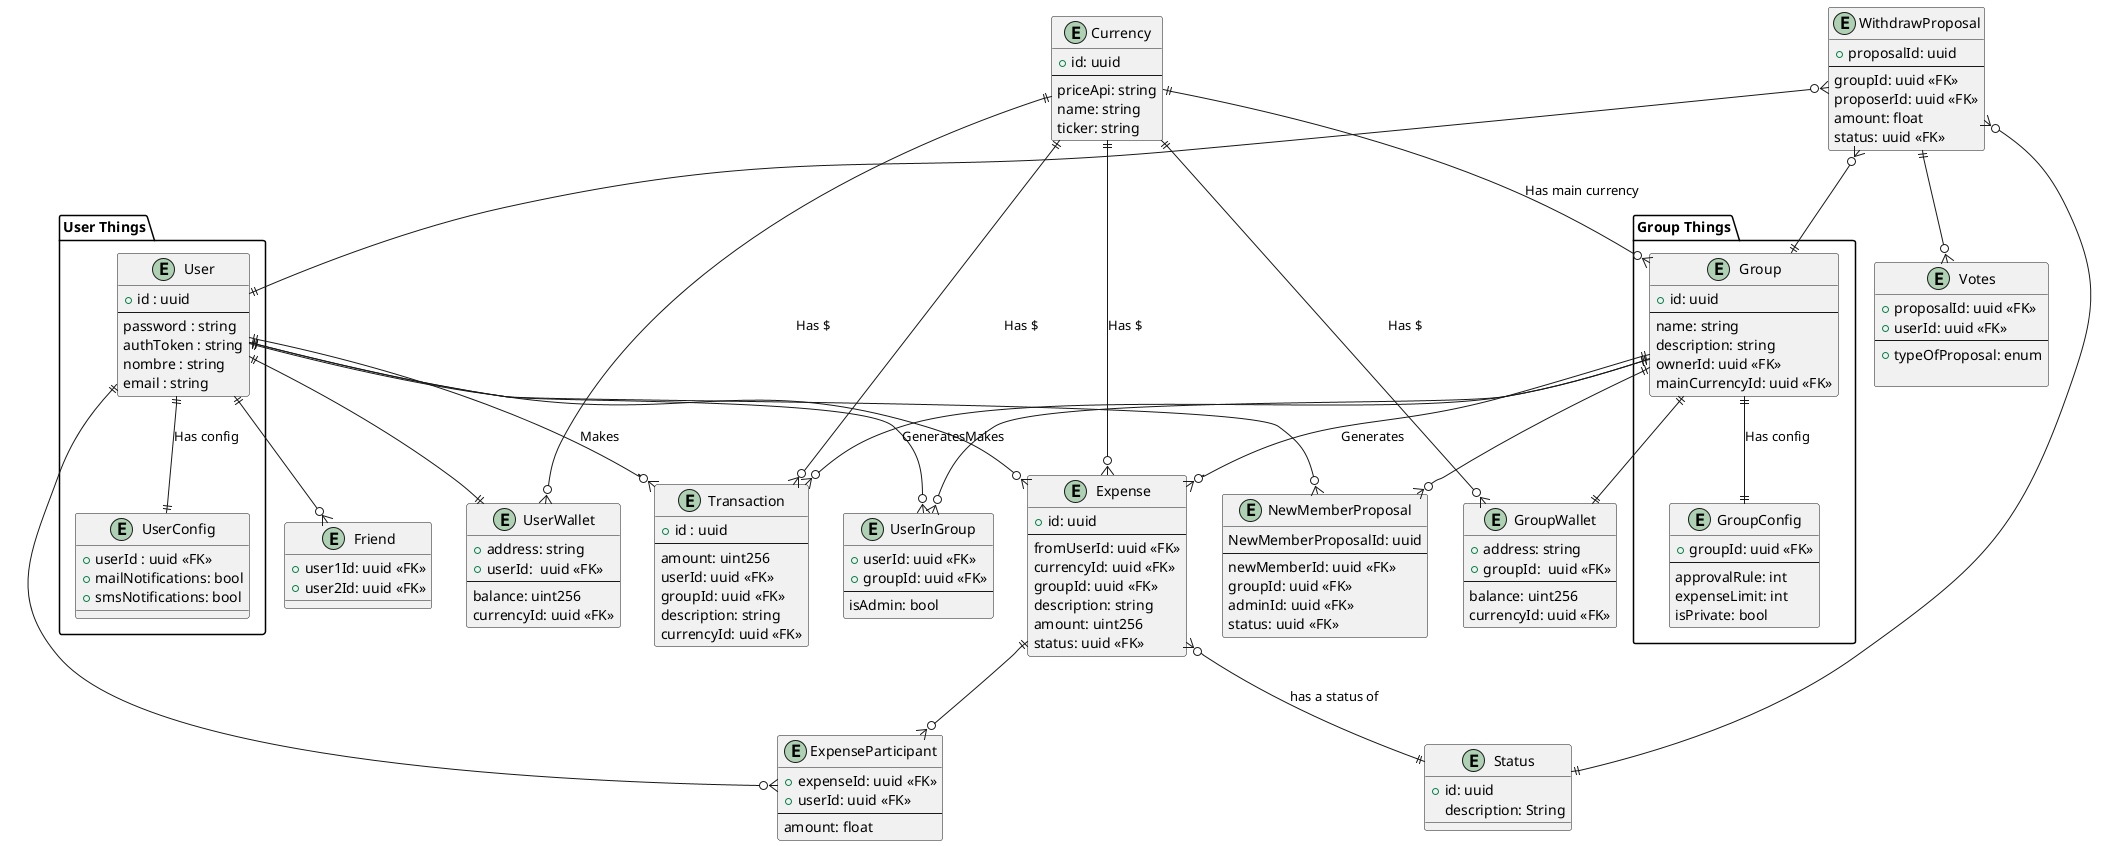
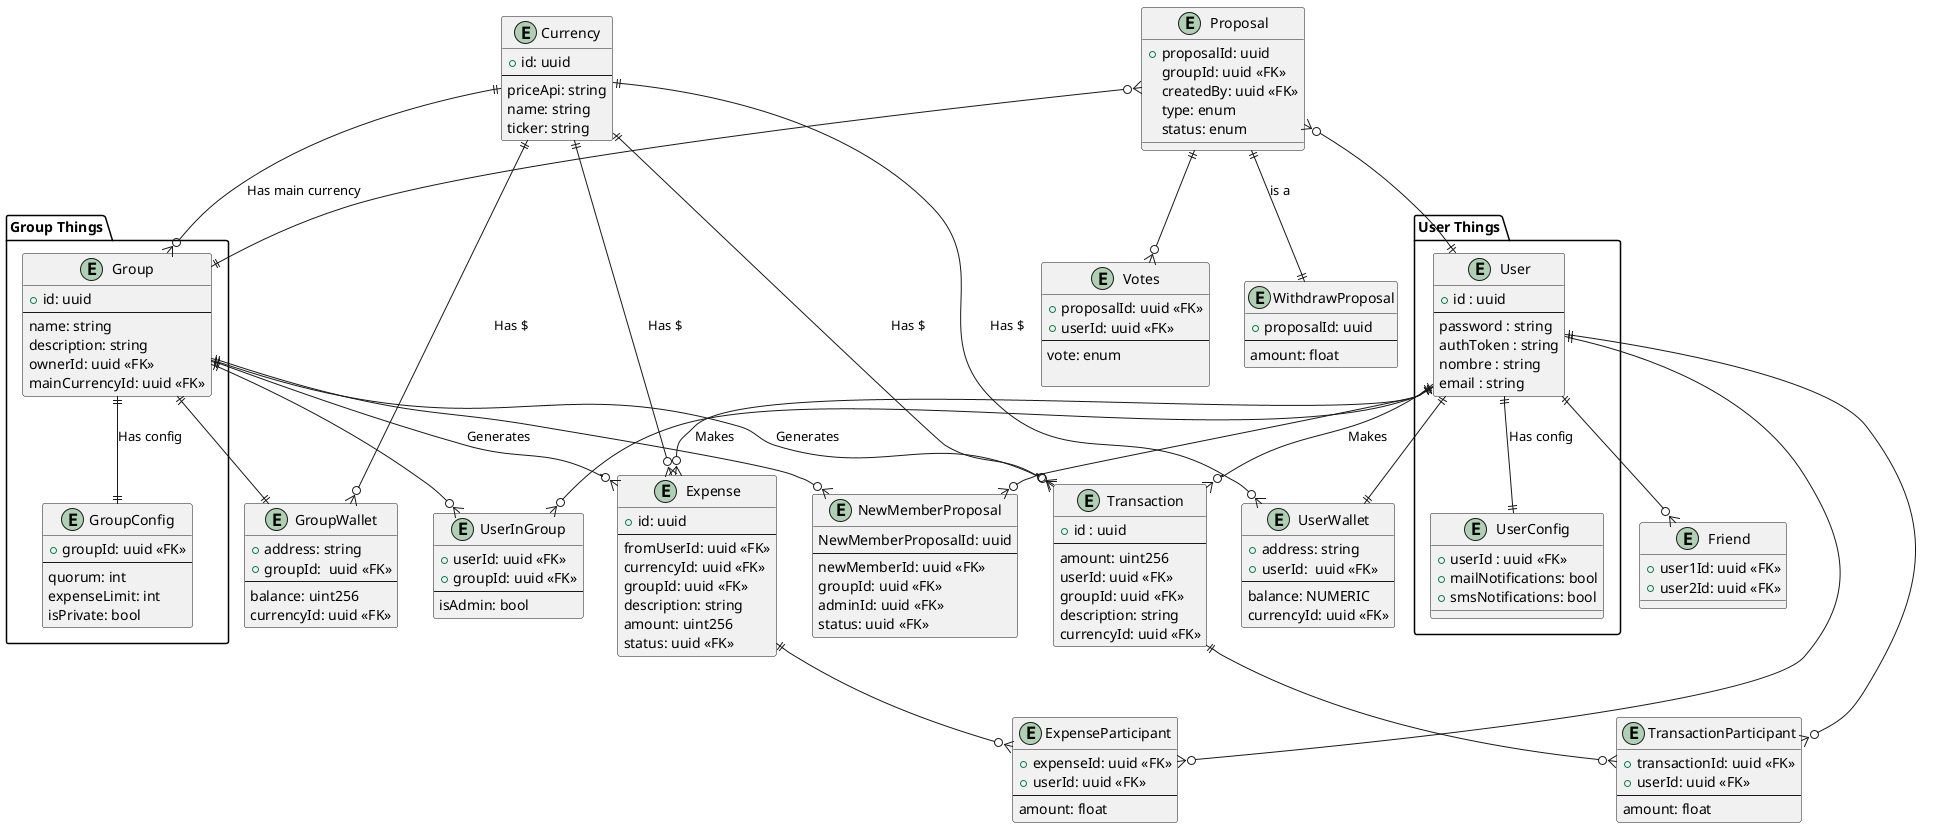
@startuml entity-relationship


package "User Things" {
    entity "User" {
      +id : uuid
      --
      password : string
      authToken : string
      nombre : string
      email : string
    }

    entity "UserConfig" {
        +userId : uuid <<FK>>
        +mailNotifications: bool
        +smsNotifications: bool
    }
}

package "Group Things"{
    entity "Group" {
    +id: uuid
    ---
    name: string
    description: string
    ownerId: uuid <<FK>>
    mainCurrencyId: uuid <<FK>>
    }
    entity "GroupConfig"{
        +groupId: uuid <<FK>>
        ---
-         approvalRule: int
+         quorum: int
        expenseLimit: int
        isPrivate: bool
    }
}

entity "Friend"{
    +user1Id: uuid <<FK>>
    +user2Id: uuid <<FK>>
}
'chequeos de que el que invita sea admin del grupo'
'que el nuevo miembro no sea parte del grupo'
entity "NewMemberProposal"{
    NewMemberProposalId: uuid
    ---
    newMemberId: uuid <<FK>>
    groupId: uuid <<FK>>
    adminId: uuid <<FK>>
    status: uuid <<FK>>
}

entity "UserWallet"{
    +address: string
    +userId:  uuid <<FK>>
    ---
-     balance: uint256
+     balance: NUMERIC
    currencyId: uuid <<FK>>
}
entity "GroupWallet"{
    +address: string
    +groupId:  uuid <<FK>>
    ---
    balance: uint256
    currencyId: uuid <<FK>>
}



entity "Transaction" {
    +id : uuid
    ---
    amount: uint256
' If negative -> withdraw, else -> deposit
    userId: uuid <<FK>>
    groupId: uuid <<FK>>
    description: string
    currencyId: uuid <<FK>>
}

entity "Currency" {
    +id: uuid
    ---
    priceApi: string
    name: string
    ticker: string
}
entity "UserInGroup"{
    +userId: uuid <<FK>>
    +groupId: uuid <<FK>>
    ---
    isAdmin: bool
}

entity "Expense" {
    +id: uuid
    ---
    fromUserId: uuid <<FK>>
    currencyId: uuid <<FK>>
    groupId: uuid <<FK>>
    description: string
    amount: uint256
    status: uuid <<FK>>
}
entity "ExpenseParticipant"{
    +expenseId: uuid <<FK>>
    +userId: uuid <<FK>>
    --
    amount: float
}
+ entity "TransactionParticipant"{
+     +transactionId: uuid <<FK>>
+     +userId: uuid <<FK>>
+     --
+     amount: float
+ }
entity "Votes"{
    +proposalId: uuid <<FK>>
    +userId: uuid <<FK>>
    ---
-     'Por ahi se puede reciclar esta clase para otras propuestas'
-     +typeOfProposal: enum
+     'REJECT, APPROVE'
+     vote: enum
+ 
+ }
+ entity "Proposal"{
+     +proposalId: uuid
+     groupId: uuid <<FK>>
+     createdBy: uuid <<FK>>
+     type: enum
+     status: enum
+ 

}

entity "WithdrawProposal"{
    +proposalId: uuid
    ---
-     groupId: uuid <<FK>>
-     proposerId: uuid <<FK>>
    amount: float
-     status: uuid <<FK>>
}

- entity "Status"{
-     'Podrían ser PENDING, APPROVED, REJECTED'
-     +id: uuid
-     description: String
- }


User ||--|| UserConfig : Has config
User ||--o{ Expense : Makes

User ||--o{ UserInGroup
Group ||--o{ UserInGroup


Currency ||--o{ Expense: Has $
Group ||--o{ Expense : Generates
Currency ||--o{ Group : Has main currency

Currency ||--o{ UserWallet: Has $
Currency ||--o{ GroupWallet: Has $
User ||--|| UserWallet
Group ||--|| GroupWallet

Currency ||--o{ Transaction: Has $
Group ||--o{ Transaction : Generates
User ||--o{ Transaction : Makes

User ||--o{ Friend
Group ||--|| GroupConfig: Has config

- Expense }o--|| Status: has a status of

User ||--o{ NewMemberProposal
Group ||--o{ NewMemberProposal

- WithdrawProposal }o--|| User
- WithdrawProposal }o--|| Group
- WithdrawProposal }o--|| Status
+ Proposal }o--|| User
+ Proposal }o--|| Group

Expense ||--o{ ExpenseParticipant
User ||--o{ ExpenseParticipant
+ Transaction ||--o{ TransactionParticipant
+ User ||--o{ TransactionParticipant

- WithdrawProposal ||--o{ Votes
+ Proposal ||--o{ Votes
+ Proposal ||--|| WithdrawProposal: is a

@enduml